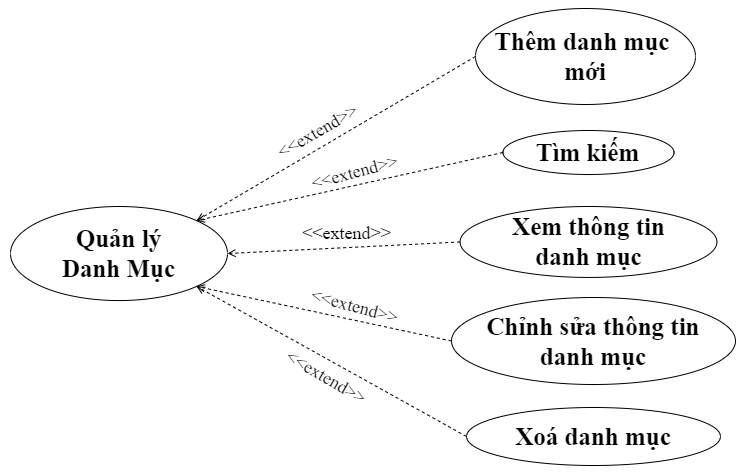
This is SODO/Usecase/QL DANH MỤC.drawio.png from khuevotan/TaiCamRanh_DATN, a draw.io export, as it was before one commit. Source tidied: cells renumbered, new cells last; positions are measured from the earlier drawing's top-left corner, leaving out a move shared by most shapes. The source it was exported from:
```xml
<mxGraphModel>
  <root>
    <mxCell id="0" />
    <mxCell id="1" parent="0" />
    <mxCell id="2" value="&lt;b style=&quot;font-size: 25px;&quot;&gt;Thêm danh mục&amp;nbsp;&lt;br&gt;mới&lt;br&gt;&lt;/b&gt;" style="ellipse;whiteSpace=wrap;html=1;fontSize=25;fontFamily=Times New Roman;" parent="1" vertex="1">
      <mxGeometry x="465" width="220" height="96" as="geometry" />
    </mxCell>
    <mxCell id="3" value="Xoá danh mục" style="ellipse;whiteSpace=wrap;html=1;fontSize=25;fontFamily=Times New Roman;fontStyle=1;" parent="1" vertex="1">
      <mxGeometry x="456" y="399" width="254" height="58" as="geometry" />
    </mxCell>
    <mxCell id="4" value="Chỉnh sửa thông tin &lt;br style=&quot;font-size: 25px;&quot;&gt;danh mục" style="ellipse;whiteSpace=wrap;html=1;fontSize=25;fontFamily=Times New Roman;fontStyle=1;" parent="1" vertex="1">
      <mxGeometry x="441" y="289" width="284" height="87" as="geometry" />
    </mxCell>
    <mxCell id="5" style="edgeStyle=none;html=1;endArrow=open;verticalAlign=bottom;dashed=1;labelBackgroundColor=none;rounded=0;exitX=0;exitY=0.5;exitDx=0;exitDy=0;fontSize=25;entryX=1;entryY=0;entryDx=0;entryDy=0;" parent="1" edge="1" source="2" target="6">
      <mxGeometry relative="1" as="geometry" />
    </mxCell>
    <mxCell id="6" value="Quản lý &lt;br&gt;Danh Mục" style="ellipse;whiteSpace=wrap;html=1;fontSize=25;fontFamily=Times New Roman;fontStyle=1;" parent="1" vertex="1">
      <mxGeometry y="198" width="217" height="94.1" as="geometry" />
    </mxCell>
    <mxCell id="7" style="edgeStyle=none;html=1;endArrow=open;verticalAlign=bottom;dashed=1;labelBackgroundColor=none;rounded=0;exitX=0;exitY=0.5;exitDx=0;exitDy=0;fontSize=25;entryX=1;entryY=1;entryDx=0;entryDy=0;" parent="1" edge="1" source="3" target="6">
      <mxGeometry relative="1" as="geometry" />
    </mxCell>
    <mxCell id="8" style="edgeStyle=none;html=1;endArrow=open;verticalAlign=bottom;dashed=1;labelBackgroundColor=none;rounded=0;exitX=0;exitY=0.5;exitDx=0;exitDy=0;fontSize=25;entryX=1;entryY=1;entryDx=0;entryDy=0;" parent="1" edge="1" source="4" target="6">
      <mxGeometry relative="1" as="geometry" />
    </mxCell>
    <mxCell id="9" value="&lt;font style=&quot;font-size: 18px;&quot;&gt;&amp;lt;&amp;lt;extend&amp;gt;&amp;gt;&lt;/font&gt;" style="text;html=1;strokeColor=none;fillColor=none;align=center;verticalAlign=middle;whiteSpace=wrap;rounded=0;fontFamily=Times New Roman;fontSize=18;rotation=30;fontStyle=0;" parent="1" vertex="1">
      <mxGeometry x="286" y="354" width="60" height="30" as="geometry" />
    </mxCell>
    <mxCell id="10" value="&lt;font style=&quot;font-size: 18px;&quot;&gt;&amp;lt;&amp;lt;extend&amp;gt;&amp;gt;&lt;/font&gt;" style="text;html=1;strokeColor=none;fillColor=none;align=center;verticalAlign=middle;whiteSpace=wrap;rounded=0;fontFamily=Times New Roman;fontSize=18;rotation=-30;fontStyle=0;" parent="1" vertex="1">
      <mxGeometry x="267" y="106" width="81" height="34.1" as="geometry" />
    </mxCell>
    <mxCell id="11" value="&lt;font style=&quot;font-size: 18px;&quot;&gt;&amp;lt;&amp;lt;extend&amp;gt;&amp;gt;&lt;/font&gt;" style="text;html=1;strokeColor=none;fillColor=none;align=center;verticalAlign=middle;whiteSpace=wrap;rounded=0;fontFamily=Times New Roman;fontSize=18;rotation=-15;fontStyle=0;" parent="1" vertex="1">
      <mxGeometry x="304" y="147" width="81" height="34.1" as="geometry" />
    </mxCell>
    <mxCell id="12" value="&lt;b style=&quot;font-size: 25px;&quot;&gt;Xem thông tin &lt;br style=&quot;font-size: 25px;&quot;&gt;danh mục&lt;br&gt;&lt;/b&gt;" style="ellipse;whiteSpace=wrap;html=1;fontSize=25;fontFamily=Times New Roman;" parent="1" vertex="1">
      <mxGeometry x="449.6" y="198" width="256.9" height="70.9" as="geometry" />
    </mxCell>
    <mxCell id="13" style="edgeStyle=none;html=1;endArrow=open;verticalAlign=bottom;dashed=1;labelBackgroundColor=none;rounded=0;exitX=0;exitY=0.5;exitDx=0;exitDy=0;fontSize=25;entryX=1;entryY=0.5;entryDx=0;entryDy=0;" parent="1" edge="1" source="12" target="6">
      <mxGeometry relative="1" as="geometry" />
    </mxCell>
    <mxCell id="14" value="&lt;font style=&quot;font-size: 18px;&quot;&gt;&amp;lt;&amp;lt;extend&amp;gt;&amp;gt;&lt;/font&gt;" style="text;html=1;strokeColor=none;fillColor=none;align=center;verticalAlign=middle;whiteSpace=wrap;rounded=0;fontFamily=Times New Roman;fontSize=18;rotation=15;fontStyle=0;" parent="1" vertex="1">
      <mxGeometry x="304" y="281" width="81" height="34.1" as="geometry" />
    </mxCell>
    <mxCell id="15" value="&lt;b style=&quot;font-size: 25px;&quot;&gt;Tìm kiếm&lt;/b&gt;" style="ellipse;whiteSpace=wrap;html=1;fontSize=25;fontFamily=Times New Roman;" parent="1" vertex="1">
      <mxGeometry x="492.4" y="122" width="171.1" height="44" as="geometry" />
    </mxCell>
    <mxCell id="16" style="edgeStyle=none;html=1;endArrow=open;verticalAlign=bottom;dashed=1;labelBackgroundColor=none;rounded=0;exitX=0;exitY=0.5;exitDx=0;exitDy=0;fontSize=25;entryX=1;entryY=0;entryDx=0;entryDy=0;" parent="1" edge="1" source="15" target="6">
      <mxGeometry relative="1" as="geometry" />
    </mxCell>
    <mxCell id="17" value="&lt;font style=&quot;font-size: 18px;&quot;&gt;&amp;lt;&amp;lt;extend&amp;gt;&amp;gt;&lt;/font&gt;" style="text;html=1;strokeColor=none;fillColor=none;align=center;verticalAlign=middle;whiteSpace=wrap;rounded=0;fontFamily=Times New Roman;fontSize=18;rotation=0;fontStyle=0;" parent="1" vertex="1">
      <mxGeometry x="296" y="208" width="81" height="34.1" as="geometry" />
    </mxCell>
  </root>
</mxGraphModel>
```
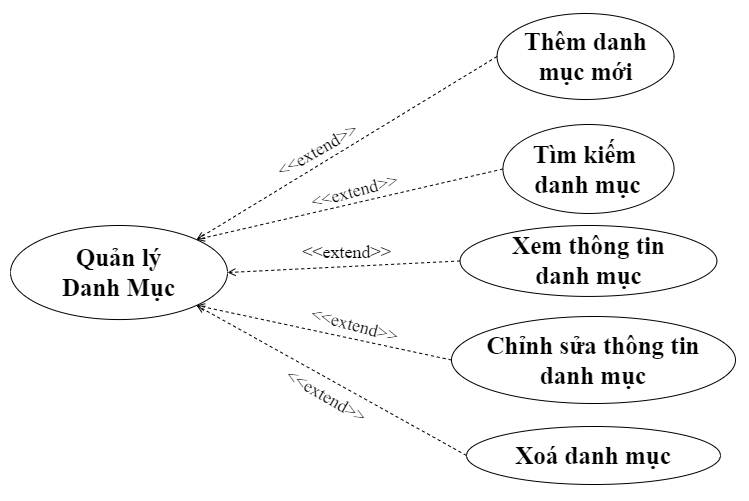
Later version of the same file.

The edit, as a diff of the source:
```diff
@@ -2,8 +2,8 @@
   <root>
     <mxCell id="0" />
     <mxCell id="1" parent="0" />
-    <mxCell id="2" value="&lt;b style=&quot;font-size: 25px;&quot;&gt;Thêm danh mục&amp;nbsp;&lt;br&gt;mới&lt;br&gt;&lt;/b&gt;" style="ellipse;whiteSpace=wrap;html=1;fontSize=25;fontFamily=Times New Roman;" parent="1" vertex="1">
-      <mxGeometry x="465" width="220" height="96" as="geometry" />
+    <mxCell id="2" value="&lt;b style=&quot;font-size: 25px;&quot;&gt;Thêm danh &lt;br&gt;mục&amp;nbsp;mới&lt;br&gt;&lt;/b&gt;" style="ellipse;whiteSpace=wrap;html=1;fontSize=25;fontFamily=Times New Roman;" parent="1" vertex="1">
+      <mxGeometry x="486.6" y="-14" width="177" height="86" as="geometry" />
     </mxCell>
     <mxCell id="3" value="Xoá danh mục" style="ellipse;whiteSpace=wrap;html=1;fontSize=25;fontFamily=Times New Roman;fontStyle=1;" parent="1" vertex="1">
       <mxGeometry x="456" y="399" width="254" height="58" as="geometry" />
@@ -41,8 +41,8 @@
     <mxCell id="14" value="&lt;font style=&quot;font-size: 18px;&quot;&gt;&amp;lt;&amp;lt;extend&amp;gt;&amp;gt;&lt;/font&gt;" style="text;html=1;strokeColor=none;fillColor=none;align=center;verticalAlign=middle;whiteSpace=wrap;rounded=0;fontFamily=Times New Roman;fontSize=18;rotation=15;fontStyle=0;" parent="1" vertex="1">
       <mxGeometry x="304" y="281" width="81" height="34.1" as="geometry" />
     </mxCell>
-    <mxCell id="15" value="&lt;b style=&quot;font-size: 25px;&quot;&gt;Tìm kiếm&lt;/b&gt;" style="ellipse;whiteSpace=wrap;html=1;fontSize=25;fontFamily=Times New Roman;" parent="1" vertex="1">
-      <mxGeometry x="492.4" y="122" width="171.1" height="44" as="geometry" />
+    <mxCell id="15" value="&lt;b style=&quot;font-size: 25px;&quot;&gt;Tìm kiếm&amp;nbsp;&lt;br&gt;danh mục&lt;br&gt;&lt;/b&gt;" style="ellipse;whiteSpace=wrap;html=1;fontSize=25;fontFamily=Times New Roman;" parent="1" vertex="1">
+      <mxGeometry x="492.4" y="97" width="171.1" height="89" as="geometry" />
     </mxCell>
     <mxCell id="16" style="edgeStyle=none;html=1;endArrow=open;verticalAlign=bottom;dashed=1;labelBackgroundColor=none;rounded=0;exitX=0;exitY=0.5;exitDx=0;exitDy=0;fontSize=25;entryX=1;entryY=0;entryDx=0;entryDy=0;" parent="1" edge="1" source="15" target="6">
       <mxGeometry relative="1" as="geometry" />
```
